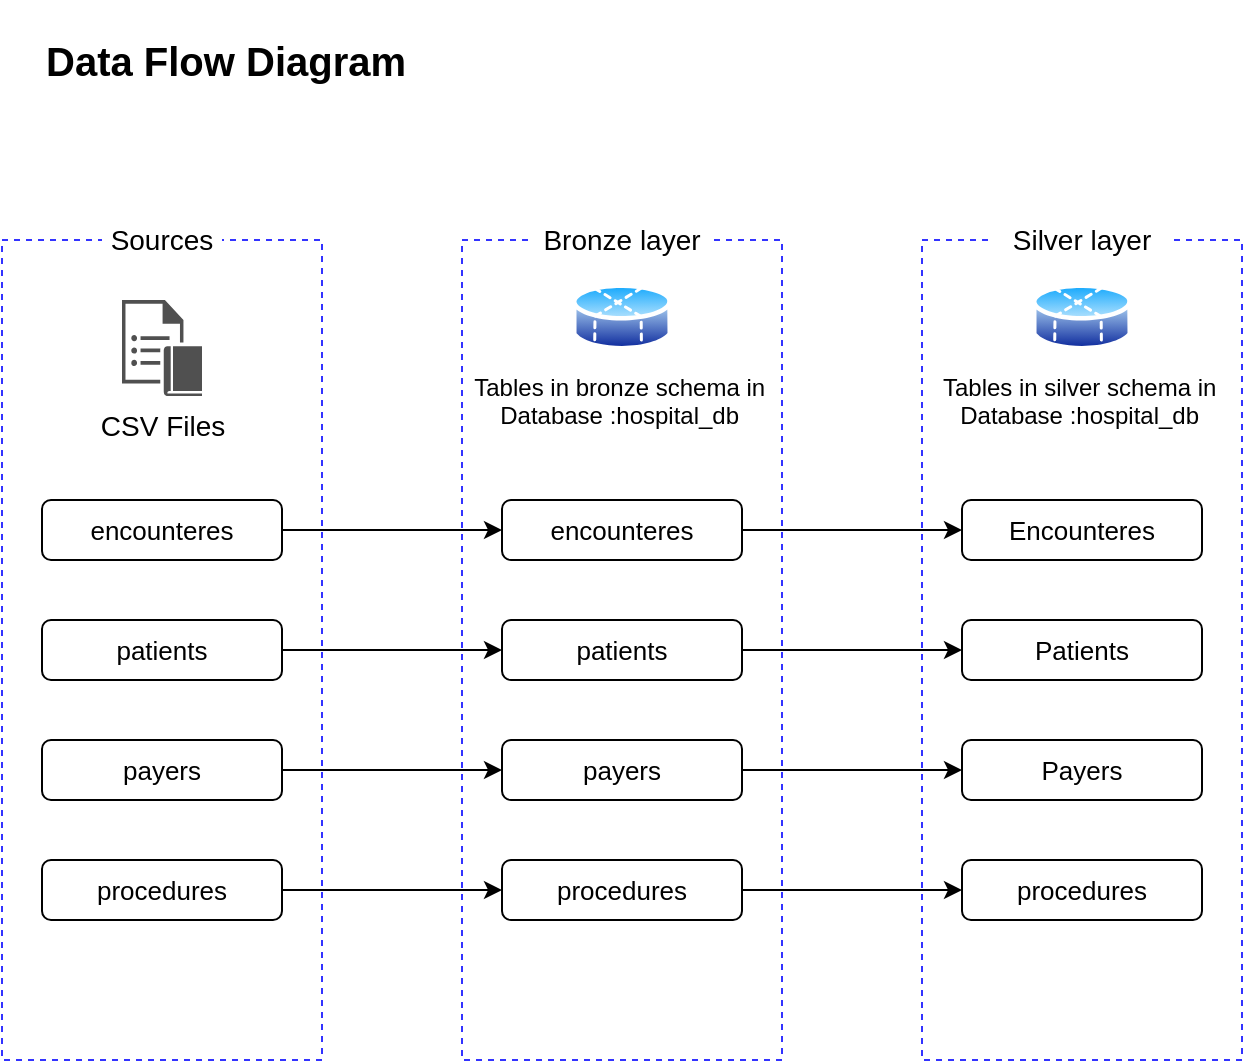
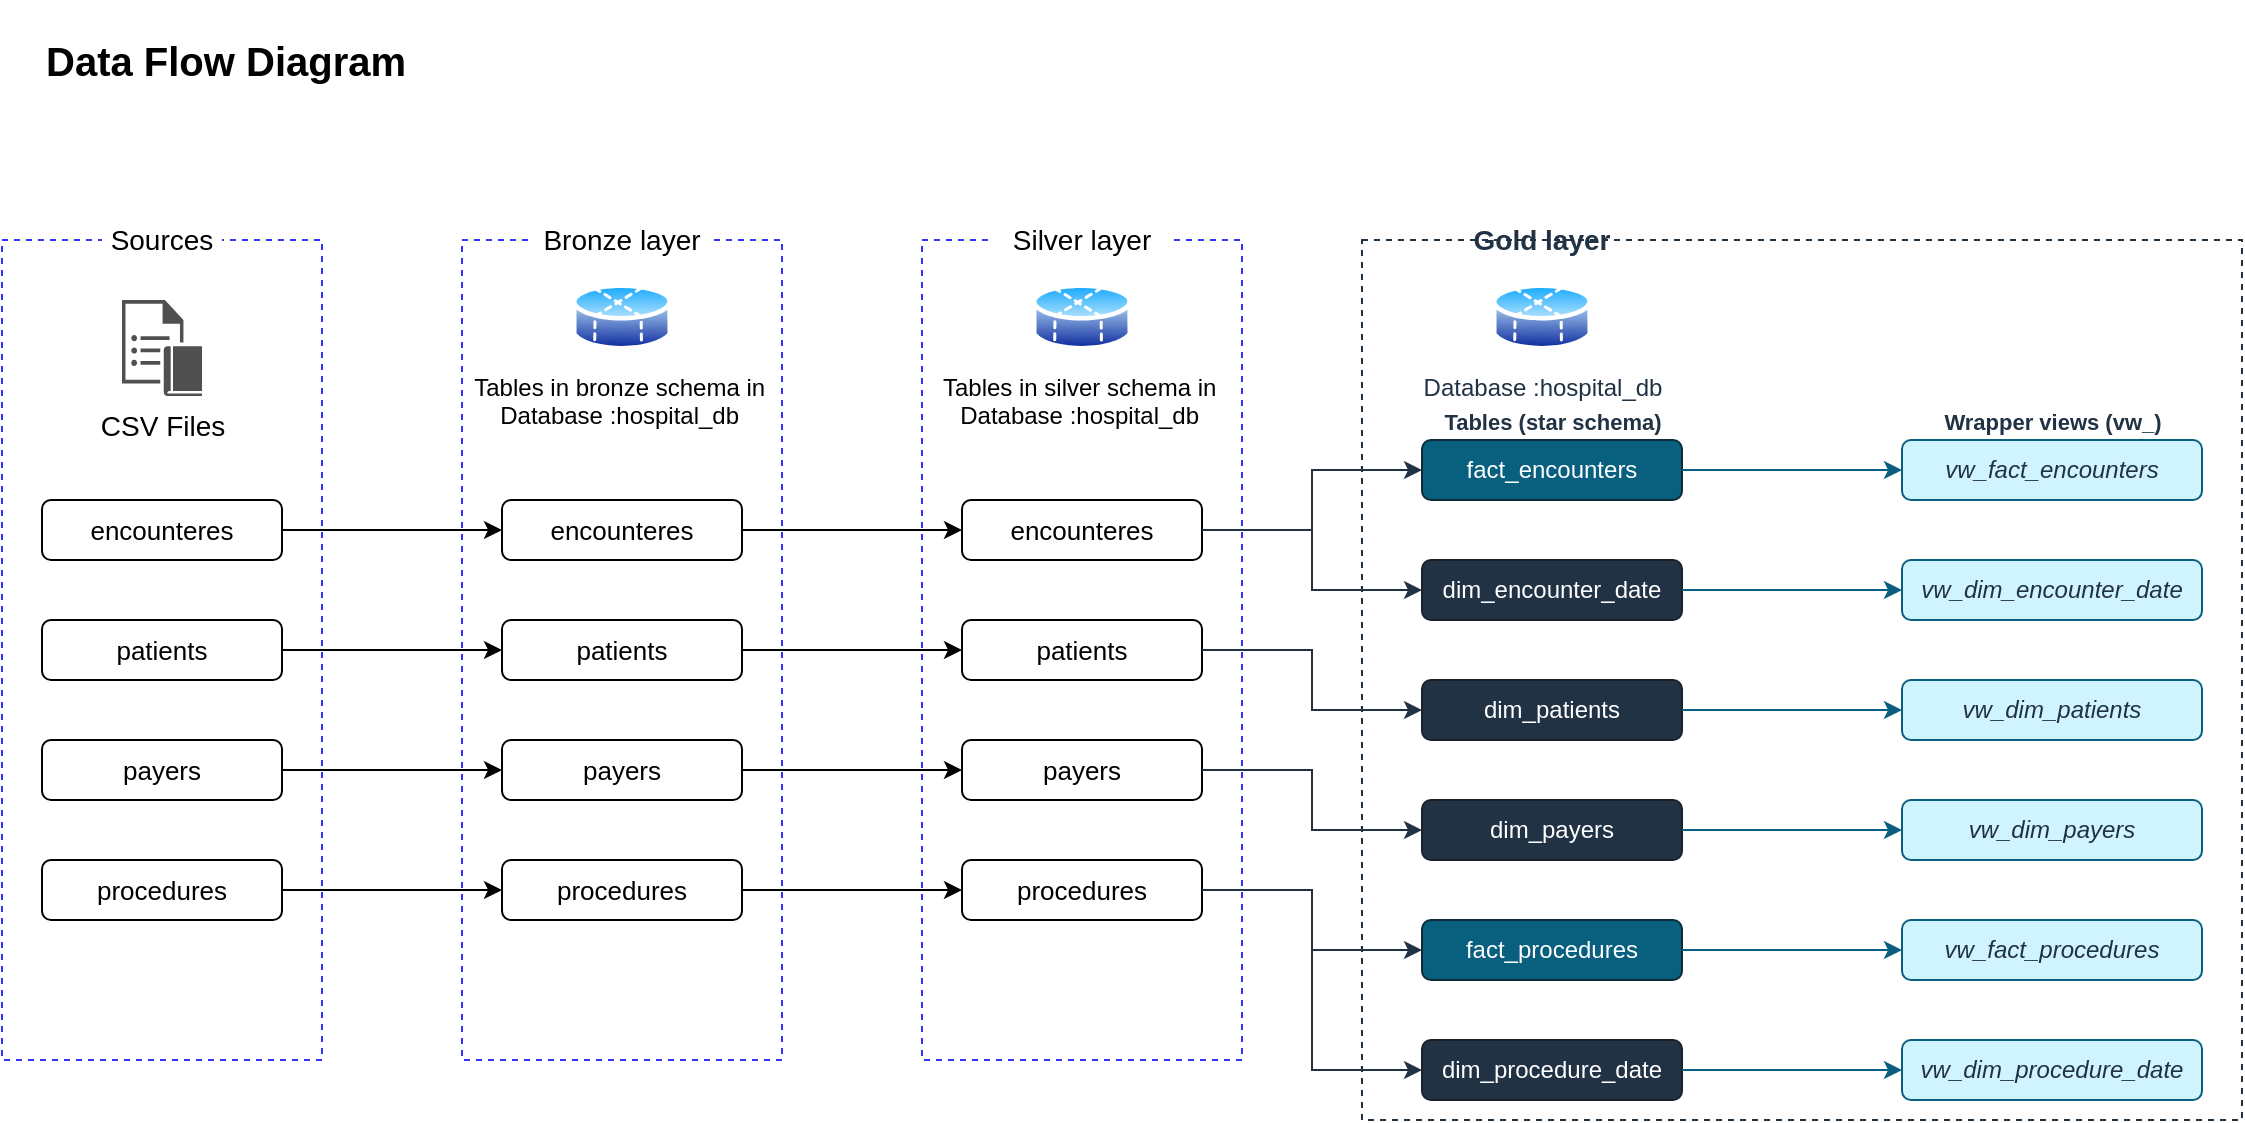
- <mxfile host="Electron">
+ <mxfile host="app.diagrams.net">
  <diagram name="Page-1" id="7KRifTNmhfS79vcvGe9k">
-     <mxGraphModel dx="1176" dy="696" grid="1" gridSize="10" guides="1" tooltips="1" connect="1" arrows="1" fold="1" page="1" pageScale="1" pageWidth="850" pageHeight="1100" math="0" shadow="0">
+     <mxGraphModel dx="1176" dy="696" grid="1" gridSize="10" guides="1" tooltips="1" connect="1" arrows="1" fold="1" page="1" pageScale="1" pageWidth="1250" pageHeight="1100" math="0" shadow="0">
      <root>
        <mxCell id="0" />
        <mxCell id="1" parent="0" />
        <mxCell id="1mUyeEgf9nEu3bWgY-zx-3" parent="1" style="rounded=0;whiteSpace=wrap;html=1;fillColor=default;dashed=1;strokeColor=#3333FF;align=left;" value="&lt;blockquote style=&quot;margin: 0px 0px 0px 40px; border: none; padding: 0px; line-height: 150%;&quot;&gt;&lt;br&gt;&lt;/blockquote&gt;" vertex="1">
          <mxGeometry height="410" width="160" x="480" y="230" as="geometry" />
        </mxCell>
        <mxCell id="sMrIIVQ76radw1M1d-wC-12" parent="1" style="rounded=0;whiteSpace=wrap;html=1;fillColor=default;dashed=1;strokeColor=#3333FF;align=left;" value="&lt;blockquote style=&quot;margin: 0px 0px 0px 40px; border: none; padding: 0px; line-height: 150%;&quot;&gt;&lt;br&gt;&lt;/blockquote&gt;" vertex="1">
          <mxGeometry height="410" width="160" x="250" y="230" as="geometry" />
        </mxCell>
        <mxCell id="sMrIIVQ76radw1M1d-wC-1" parent="1" style="rounded=0;whiteSpace=wrap;html=1;fillColor=none;strokeColor=none;align=left;" value="&lt;b&gt;&lt;font style=&quot;font-size: 20px;&quot;&gt;Data Flow Diagram&lt;/font&gt;&lt;/b&gt;" vertex="1">
          <mxGeometry height="60" width="280" x="40" y="110" as="geometry" />
        </mxCell>
        <mxCell id="sMrIIVQ76radw1M1d-wC-2" parent="1" style="rounded=0;whiteSpace=wrap;html=1;fillColor=default;dashed=1;strokeColor=#3333FF;align=left;" value="&lt;blockquote style=&quot;margin: 0px 0px 0px 40px; border: none; padding: 0px; line-height: 150%;&quot;&gt;&lt;br&gt;&lt;/blockquote&gt;" vertex="1">
          <mxGeometry height="410" width="160" x="20" y="230" as="geometry" />
        </mxCell>
        <mxCell id="sMrIIVQ76radw1M1d-wC-3" parent="1" style="sketch=0;pointerEvents=1;shadow=0;dashed=0;html=1;strokeColor=none;fillColor=#505050;labelPosition=center;verticalLabelPosition=bottom;verticalAlign=top;outlineConnect=0;align=center;shape=mxgraph.office.communications.journaling_rule;fontSize=14;" value="CSV Files" vertex="1">
          <mxGeometry height="48" width="40" x="80" y="260" as="geometry" />
        </mxCell>
        <mxCell id="sMrIIVQ76radw1M1d-wC-4" parent="1" style="rounded=1;whiteSpace=wrap;html=1;fillColor=default;strokeColor=none;" value="&lt;font style=&quot;font-size: 14px;&quot;&gt;Sources&lt;/font&gt;" vertex="1">
          <mxGeometry height="40" width="60" x="70" y="210" as="geometry" />
        </mxCell>
        <mxCell id="sMrIIVQ76radw1M1d-wC-21" edge="1" parent="1" source="sMrIIVQ76radw1M1d-wC-5" style="edgeStyle=orthogonalEdgeStyle;rounded=0;orthogonalLoop=1;jettySize=auto;html=1;entryX=0;entryY=0.5;entryDx=0;entryDy=0;" target="sMrIIVQ76radw1M1d-wC-16">
          <mxGeometry relative="1" as="geometry" />
        </mxCell>
        <mxCell id="sMrIIVQ76radw1M1d-wC-5" parent="1" style="rounded=1;whiteSpace=wrap;html=1;align=center;" value="&lt;div&gt;&lt;span style=&quot;font-size: 13px;&quot;&gt;patients&lt;/span&gt;&lt;/div&gt;" vertex="1">
          <mxGeometry height="30" width="120" x="40" y="420" as="geometry" />
        </mxCell>
        <mxCell id="sMrIIVQ76radw1M1d-wC-23" edge="1" parent="1" source="sMrIIVQ76radw1M1d-wC-7" style="edgeStyle=orthogonalEdgeStyle;rounded=0;orthogonalLoop=1;jettySize=auto;html=1;" target="sMrIIVQ76radw1M1d-wC-18">
          <mxGeometry relative="1" as="geometry" />
        </mxCell>
        <mxCell id="sMrIIVQ76radw1M1d-wC-7" parent="1" style="rounded=1;whiteSpace=wrap;html=1;align=center;" value="&lt;div&gt;&lt;span style=&quot;font-size: 13px; text-align: left;&quot;&gt;procedures&lt;/span&gt;&lt;/div&gt;" vertex="1">
          <mxGeometry height="30" width="120" x="40" y="540" as="geometry" />
        </mxCell>
        <mxCell id="sMrIIVQ76radw1M1d-wC-22" edge="1" parent="1" source="sMrIIVQ76radw1M1d-wC-8" style="edgeStyle=orthogonalEdgeStyle;rounded=0;orthogonalLoop=1;jettySize=auto;html=1;" target="sMrIIVQ76radw1M1d-wC-17">
          <mxGeometry relative="1" as="geometry" />
        </mxCell>
        <mxCell id="sMrIIVQ76radw1M1d-wC-8" parent="1" style="rounded=1;whiteSpace=wrap;html=1;align=center;" value="&lt;div&gt;&lt;span style=&quot;font-size: 13px; text-align: left;&quot;&gt;payers&lt;/span&gt;&lt;br style=&quot;font-size: 13px; text-align: left;&quot;&gt;&lt;/div&gt;" vertex="1">
          <mxGeometry height="30" width="120" x="40" y="480" as="geometry" />
        </mxCell>
        <mxCell id="sMrIIVQ76radw1M1d-wC-20" edge="1" parent="1" source="sMrIIVQ76radw1M1d-wC-9" style="edgeStyle=orthogonalEdgeStyle;rounded=0;orthogonalLoop=1;jettySize=auto;html=1;entryX=0;entryY=0.5;entryDx=0;entryDy=0;" target="sMrIIVQ76radw1M1d-wC-15">
          <mxGeometry relative="1" as="geometry" />
        </mxCell>
        <mxCell id="sMrIIVQ76radw1M1d-wC-9" parent="1" style="rounded=1;whiteSpace=wrap;html=1;align=center;" value="&lt;span style=&quot;background-color: light-dark(#ffffff, var(--ge-dark-color, #121212));&quot;&gt;&lt;br&gt;&lt;span style=&quot;color: rgb(0, 0, 0); font-family: Helvetica; font-size: 13px; font-style: normal; font-variant-ligatures: normal; font-variant-caps: normal; font-weight: 400; letter-spacing: normal; orphans: 2; text-indent: 0px; text-transform: none; widows: 2; word-spacing: 0px; -webkit-text-stroke-width: 0px; white-space: normal; text-decoration-thickness: initial; text-decoration-style: initial; text-decoration-color: initial; float: none; display: inline !important;&quot;&gt;encounteres&lt;/span&gt;&lt;/span&gt;&lt;div&gt;&lt;br&gt;&lt;/div&gt;" vertex="1">
          <mxGeometry height="30" width="120" x="40" y="360" as="geometry" />
        </mxCell>
        <mxCell id="sMrIIVQ76radw1M1d-wC-13" parent="1" style="rounded=1;whiteSpace=wrap;html=1;fillColor=default;strokeColor=none;" value="&lt;font style=&quot;font-size: 14px;&quot;&gt;Bronze layer&lt;/font&gt;" vertex="1">
          <mxGeometry height="40" width="90" x="285" y="210" as="geometry" />
        </mxCell>
        <mxCell id="sMrIIVQ76radw1M1d-wC-14" parent="1" style="image;aspect=fixed;perimeter=ellipsePerimeter;html=1;align=center;shadow=0;dashed=0;spacingTop=3;image=img/lib/active_directory/database_partition_4.svg;" value="Tables in bronze schema in&amp;nbsp;&lt;div&gt;Database :hospital_db&amp;nbsp;&lt;/div&gt;" vertex="1">
          <mxGeometry height="37" width="50" x="305" y="250" as="geometry" />
        </mxCell>
        <mxCell id="1mUyeEgf9nEu3bWgY-zx-13" edge="1" parent="1" source="sMrIIVQ76radw1M1d-wC-15" style="edgeStyle=orthogonalEdgeStyle;rounded=0;orthogonalLoop=1;jettySize=auto;html=1;" target="1mUyeEgf9nEu3bWgY-zx-7">
          <mxGeometry relative="1" as="geometry" />
        </mxCell>
        <mxCell id="sMrIIVQ76radw1M1d-wC-15" parent="1" style="rounded=1;whiteSpace=wrap;html=1;align=center;" value="&lt;span style=&quot;background-color: light-dark(#ffffff, var(--ge-dark-color, #121212));&quot;&gt;&lt;br&gt;&lt;span style=&quot;color: rgb(0, 0, 0); font-family: Helvetica; font-size: 13px; font-style: normal; font-variant-ligatures: normal; font-variant-caps: normal; font-weight: 400; letter-spacing: normal; orphans: 2; text-indent: 0px; text-transform: none; widows: 2; word-spacing: 0px; -webkit-text-stroke-width: 0px; white-space: normal; text-decoration-thickness: initial; text-decoration-style: initial; text-decoration-color: initial; float: none; display: inline !important;&quot;&gt;encounteres&lt;/span&gt;&lt;/span&gt;&lt;div&gt;&lt;br&gt;&lt;/div&gt;" vertex="1">
          <mxGeometry height="30" width="120" x="270" y="360" as="geometry" />
        </mxCell>
        <mxCell id="1mUyeEgf9nEu3bWgY-zx-14" edge="1" parent="1" source="sMrIIVQ76radw1M1d-wC-16" style="edgeStyle=orthogonalEdgeStyle;rounded=0;orthogonalLoop=1;jettySize=auto;html=1;" target="1mUyeEgf9nEu3bWgY-zx-8" value="">
          <mxGeometry relative="1" as="geometry" />
        </mxCell>
        <mxCell id="sMrIIVQ76radw1M1d-wC-16" parent="1" style="rounded=1;whiteSpace=wrap;html=1;align=center;" value="&lt;div&gt;&lt;span style=&quot;font-size: 13px;&quot;&gt;patients&lt;/span&gt;&lt;/div&gt;" vertex="1">
          <mxGeometry height="30" width="120" x="270" y="420" as="geometry" />
        </mxCell>
        <mxCell id="1mUyeEgf9nEu3bWgY-zx-15" edge="1" parent="1" source="sMrIIVQ76radw1M1d-wC-17" style="edgeStyle=orthogonalEdgeStyle;rounded=0;orthogonalLoop=1;jettySize=auto;html=1;" target="1mUyeEgf9nEu3bWgY-zx-9">
          <mxGeometry relative="1" as="geometry" />
        </mxCell>
        <mxCell id="sMrIIVQ76radw1M1d-wC-17" parent="1" style="rounded=1;whiteSpace=wrap;html=1;align=center;" value="&lt;div&gt;&lt;span style=&quot;font-size: 13px; text-align: left;&quot;&gt;payers&lt;/span&gt;&lt;br style=&quot;font-size: 13px; text-align: left;&quot;&gt;&lt;/div&gt;" vertex="1">
          <mxGeometry height="30" width="120" x="270" y="480" as="geometry" />
        </mxCell>
        <mxCell id="1mUyeEgf9nEu3bWgY-zx-16" edge="1" parent="1" source="sMrIIVQ76radw1M1d-wC-18" style="edgeStyle=orthogonalEdgeStyle;rounded=0;orthogonalLoop=1;jettySize=auto;html=1;" target="1mUyeEgf9nEu3bWgY-zx-10">
          <mxGeometry relative="1" as="geometry" />
        </mxCell>
        <mxCell id="sMrIIVQ76radw1M1d-wC-18" parent="1" style="rounded=1;whiteSpace=wrap;html=1;align=center;" value="&lt;div&gt;&lt;span style=&quot;font-size: 13px; text-align: left;&quot;&gt;procedures&lt;/span&gt;&lt;/div&gt;" vertex="1">
          <mxGeometry height="30" width="120" x="270" y="540" as="geometry" />
        </mxCell>
        <mxCell id="1mUyeEgf9nEu3bWgY-zx-4" parent="1" style="rounded=1;whiteSpace=wrap;html=1;fillColor=default;strokeColor=none;" value="&lt;font style=&quot;font-size: 14px;&quot;&gt;Silver layer&lt;/font&gt;" vertex="1">
          <mxGeometry height="40" width="90" x="515" y="210" as="geometry" />
        </mxCell>
        <mxCell id="1mUyeEgf9nEu3bWgY-zx-5" parent="1" style="image;aspect=fixed;perimeter=ellipsePerimeter;html=1;align=center;shadow=0;dashed=0;spacingTop=3;image=img/lib/active_directory/database_partition_4.svg;" value="Tables in silver schema in&amp;nbsp;&lt;div&gt;Database :hospital_db&amp;nbsp;&lt;/div&gt;" vertex="1">
          <mxGeometry height="37" width="50" x="535" y="250" as="geometry" />
        </mxCell>
-         <mxCell id="1mUyeEgf9nEu3bWgY-zx-7" parent="1" style="rounded=1;whiteSpace=wrap;html=1;align=center;" value="&lt;span style=&quot;background-color: light-dark(#ffffff, var(--ge-dark-color, #121212));&quot;&gt;&lt;br&gt;&lt;span style=&quot;color: rgb(0, 0, 0); font-family: Helvetica; font-size: 13px; font-style: normal; font-variant-ligatures: normal; font-variant-caps: normal; font-weight: 400; letter-spacing: normal; orphans: 2; text-indent: 0px; text-transform: none; widows: 2; word-spacing: 0px; -webkit-text-stroke-width: 0px; white-space: normal; text-decoration-thickness: initial; text-decoration-style: initial; text-decoration-color: initial; float: none; display: inline !important;&quot;&gt;Encounteres&lt;/span&gt;&lt;/span&gt;&lt;div&gt;&lt;br&gt;&lt;/div&gt;" vertex="1">
+         <mxCell id="1mUyeEgf9nEu3bWgY-zx-7" parent="1" style="rounded=1;whiteSpace=wrap;html=1;align=center;" value="&lt;span style=&quot;background-color: light-dark(#ffffff, var(--ge-dark-color, #121212));&quot;&gt;&lt;br&gt;&lt;span style=&quot;color: rgb(0, 0, 0); font-family: Helvetica; font-size: 13px; font-style: normal; font-variant-ligatures: normal; font-variant-caps: normal; font-weight: 400; letter-spacing: normal; orphans: 2; text-indent: 0px; text-transform: none; widows: 2; word-spacing: 0px; -webkit-text-stroke-width: 0px; white-space: normal; text-decoration-thickness: initial; text-decoration-style: initial; text-decoration-color: initial; float: none; display: inline !important;&quot;&gt;encounteres&lt;/span&gt;&lt;/span&gt;&lt;div&gt;&lt;br&gt;&lt;/div&gt;" vertex="1">
          <mxGeometry height="30" width="120" x="500" y="360" as="geometry" />
        </mxCell>
-         <mxCell id="1mUyeEgf9nEu3bWgY-zx-8" parent="1" style="rounded=1;whiteSpace=wrap;html=1;align=center;" value="&lt;div&gt;&lt;span style=&quot;font-size: 13px;&quot;&gt;Patients&lt;/span&gt;&lt;/div&gt;" vertex="1">
+         <mxCell id="1mUyeEgf9nEu3bWgY-zx-8" parent="1" style="rounded=1;whiteSpace=wrap;html=1;align=center;" value="&lt;div&gt;&lt;span style=&quot;font-size: 13px;&quot;&gt;patients&lt;/span&gt;&lt;/div&gt;" vertex="1">
          <mxGeometry height="30" width="120" x="500" y="420" as="geometry" />
        </mxCell>
-         <mxCell id="1mUyeEgf9nEu3bWgY-zx-9" parent="1" style="rounded=1;whiteSpace=wrap;html=1;align=center;" value="&lt;div&gt;&lt;span style=&quot;font-size: 13px; text-align: left;&quot;&gt;Payers&lt;/span&gt;&lt;br style=&quot;font-size: 13px; text-align: left;&quot;&gt;&lt;/div&gt;" vertex="1">
+         <mxCell id="1mUyeEgf9nEu3bWgY-zx-9" parent="1" style="rounded=1;whiteSpace=wrap;html=1;align=center;" value="&lt;div&gt;&lt;span style=&quot;font-size: 13px; text-align: left;&quot;&gt;payers&lt;/span&gt;&lt;br style=&quot;font-size: 13px; text-align: left;&quot;&gt;&lt;/div&gt;" vertex="1">
          <mxGeometry height="30" width="120" x="500" y="480" as="geometry" />
        </mxCell>
        <mxCell id="1mUyeEgf9nEu3bWgY-zx-10" parent="1" style="rounded=1;whiteSpace=wrap;html=1;align=center;" value="&lt;div&gt;&lt;span style=&quot;font-size: 13px; text-align: left;&quot;&gt;procedures&lt;/span&gt;&lt;/div&gt;" vertex="1">
          <mxGeometry height="30" width="120" x="500" y="540" as="geometry" />
        </mxCell>
+         <mxCell id="g_container" parent="1" style="rounded=0;whiteSpace=wrap;html=1;fillColor=none;dashed=1;strokeColor=#213245;" value="" vertex="1">
+           <mxGeometry height="440" width="440" x="700" y="230" as="geometry" />
+         </mxCell>
+         <mxCell id="g_label" parent="1" style="rounded=1;whiteSpace=wrap;html=1;fillColor=none;strokeColor=none;fontColor=#213245;fontStyle=1;" value="&lt;font style=&quot;font-size: 14px;&quot;&gt;Gold layer&lt;/font&gt;" vertex="1">
+           <mxGeometry height="40" width="90" x="745" y="210" as="geometry" />
+         </mxCell>
+         <mxCell id="g_icon" parent="1" style="image;aspect=fixed;perimeter=ellipsePerimeter;html=1;align=center;shadow=0;dashed=0;spacingTop=3;image=img/lib/active_directory/database_partition_4.svg;fontColor=#213245;" value="Database :hospital_db" vertex="1">
+           <mxGeometry height="37" width="50" x="765" y="250" as="geometry" />
+         </mxCell>
+         <mxCell id="g_hdr_t" parent="1" style="text;html=1;align=center;fontColor=#213245;fontStyle=1;fontSize=11;" value="Tables (star schema)" vertex="1">
+           <mxGeometry height="20" width="130" x="730" y="308" as="geometry" />
+         </mxCell>
+         <mxCell id="g_hdr_v" parent="1" style="text;html=1;align=center;fontColor=#213245;fontStyle=1;fontSize=11;" value="Wrapper views (vw_)" vertex="1">
+           <mxGeometry height="20" width="150" x="970" y="308" as="geometry" />
+         </mxCell>
+         <mxCell id="g_fact_enc" parent="1" style="rounded=1;whiteSpace=wrap;html=1;align=center;fillColor=#095f7e;strokeColor=#0d2b39;fontColor=#ffffff;fontSize=12;" value="fact_encounters" vertex="1">
+           <mxGeometry height="30" width="130" x="730" y="330" as="geometry" />
+         </mxCell>
+         <mxCell id="vw_g_fact_enc" parent="1" style="rounded=1;whiteSpace=wrap;html=1;align=center;fillColor=#d0f4fe;strokeColor=#095f7e;fontColor=#213245;fontSize=12;fontStyle=2;" value="vw_fact_encounters" vertex="1">
+           <mxGeometry height="30" width="150" x="970" y="330" as="geometry" />
+         </mxCell>
+         <mxCell id="g_dim_encdate" parent="1" style="rounded=1;whiteSpace=wrap;html=1;align=center;fillColor=#213245;strokeColor=#19202a;fontColor=#ffffff;fontSize=12;" value="dim_encounter_date" vertex="1">
+           <mxGeometry height="30" width="130" x="730" y="390" as="geometry" />
+         </mxCell>
+         <mxCell id="vw_g_dim_encdate" parent="1" style="rounded=1;whiteSpace=wrap;html=1;align=center;fillColor=#d0f4fe;strokeColor=#095f7e;fontColor=#213245;fontSize=12;fontStyle=2;" value="vw_dim_encounter_date" vertex="1">
+           <mxGeometry height="30" width="150" x="970" y="390" as="geometry" />
+         </mxCell>
+         <mxCell id="g_dim_pat" parent="1" style="rounded=1;whiteSpace=wrap;html=1;align=center;fillColor=#213245;strokeColor=#19202a;fontColor=#ffffff;fontSize=12;" value="dim_patients" vertex="1">
+           <mxGeometry height="30" width="130" x="730" y="450" as="geometry" />
+         </mxCell>
+         <mxCell id="vw_g_dim_pat" parent="1" style="rounded=1;whiteSpace=wrap;html=1;align=center;fillColor=#d0f4fe;strokeColor=#095f7e;fontColor=#213245;fontSize=12;fontStyle=2;" value="vw_dim_patients" vertex="1">
+           <mxGeometry height="30" width="150" x="970" y="450" as="geometry" />
+         </mxCell>
+         <mxCell id="g_dim_pay" parent="1" style="rounded=1;whiteSpace=wrap;html=1;align=center;fillColor=#213245;strokeColor=#19202a;fontColor=#ffffff;fontSize=12;" value="dim_payers" vertex="1">
+           <mxGeometry height="30" width="130" x="730" y="510" as="geometry" />
+         </mxCell>
+         <mxCell id="vw_g_dim_pay" parent="1" style="rounded=1;whiteSpace=wrap;html=1;align=center;fillColor=#d0f4fe;strokeColor=#095f7e;fontColor=#213245;fontSize=12;fontStyle=2;" value="vw_dim_payers" vertex="1">
+           <mxGeometry height="30" width="150" x="970" y="510" as="geometry" />
+         </mxCell>
+         <mxCell id="g_fact_proc" parent="1" style="rounded=1;whiteSpace=wrap;html=1;align=center;fillColor=#095f7e;strokeColor=#0d2b39;fontColor=#ffffff;fontSize=12;" value="fact_procedures" vertex="1">
+           <mxGeometry height="30" width="130" x="730" y="570" as="geometry" />
+         </mxCell>
+         <mxCell id="vw_g_fact_proc" parent="1" style="rounded=1;whiteSpace=wrap;html=1;align=center;fillColor=#d0f4fe;strokeColor=#095f7e;fontColor=#213245;fontSize=12;fontStyle=2;" value="vw_fact_procedures" vertex="1">
+           <mxGeometry height="30" width="150" x="970" y="570" as="geometry" />
+         </mxCell>
+         <mxCell id="g_dim_prcdate" parent="1" style="rounded=1;whiteSpace=wrap;html=1;align=center;fillColor=#213245;strokeColor=#19202a;fontColor=#ffffff;fontSize=12;" value="dim_procedure_date" vertex="1">
+           <mxGeometry height="30" width="130" x="730" y="630" as="geometry" />
+         </mxCell>
+         <mxCell id="vw_g_dim_prcdate" parent="1" style="rounded=1;whiteSpace=wrap;html=1;align=center;fillColor=#d0f4fe;strokeColor=#095f7e;fontColor=#213245;fontSize=12;fontStyle=2;" value="vw_dim_procedure_date" vertex="1">
+           <mxGeometry height="30" width="150" x="970" y="630" as="geometry" />
+         </mxCell>
+         <mxCell id="e_g_fact_enc" parent="1" edge="1" source="1mUyeEgf9nEu3bWgY-zx-7" target="g_fact_enc" style="edgeStyle=orthogonalEdgeStyle;rounded=0;orthogonalLoop=1;jettySize=auto;html=1;strokeColor=#213245;entryX=0;entryY=0.5;entryDx=0;entryDy=0;">
+           <mxGeometry relative="1" as="geometry" />
+         </mxCell>
+         <mxCell id="e_vw_g_fact_enc" parent="1" edge="1" source="g_fact_enc" target="vw_g_fact_enc" style="edgeStyle=orthogonalEdgeStyle;rounded=0;orthogonalLoop=1;jettySize=auto;html=1;strokeColor=#095f7e;exitX=1;exitY=0.5;exitDx=0;exitDy=0;entryX=0;entryY=0.5;entryDx=0;entryDy=0;">
+           <mxGeometry relative="1" as="geometry" />
+         </mxCell>
+         <mxCell id="e_g_dim_encdate" parent="1" edge="1" source="1mUyeEgf9nEu3bWgY-zx-7" target="g_dim_encdate" style="edgeStyle=orthogonalEdgeStyle;rounded=0;orthogonalLoop=1;jettySize=auto;html=1;strokeColor=#213245;entryX=0;entryY=0.5;entryDx=0;entryDy=0;">
+           <mxGeometry relative="1" as="geometry" />
+         </mxCell>
+         <mxCell id="e_vw_g_dim_encdate" parent="1" edge="1" source="g_dim_encdate" target="vw_g_dim_encdate" style="edgeStyle=orthogonalEdgeStyle;rounded=0;orthogonalLoop=1;jettySize=auto;html=1;strokeColor=#095f7e;exitX=1;exitY=0.5;exitDx=0;exitDy=0;entryX=0;entryY=0.5;entryDx=0;entryDy=0;">
+           <mxGeometry relative="1" as="geometry" />
+         </mxCell>
+         <mxCell id="e_g_dim_pat" parent="1" edge="1" source="1mUyeEgf9nEu3bWgY-zx-8" target="g_dim_pat" style="edgeStyle=orthogonalEdgeStyle;rounded=0;orthogonalLoop=1;jettySize=auto;html=1;strokeColor=#213245;entryX=0;entryY=0.5;entryDx=0;entryDy=0;">
+           <mxGeometry relative="1" as="geometry" />
+         </mxCell>
+         <mxCell id="e_vw_g_dim_pat" parent="1" edge="1" source="g_dim_pat" target="vw_g_dim_pat" style="edgeStyle=orthogonalEdgeStyle;rounded=0;orthogonalLoop=1;jettySize=auto;html=1;strokeColor=#095f7e;exitX=1;exitY=0.5;exitDx=0;exitDy=0;entryX=0;entryY=0.5;entryDx=0;entryDy=0;">
+           <mxGeometry relative="1" as="geometry" />
+         </mxCell>
+         <mxCell id="e_g_dim_pay" parent="1" edge="1" source="1mUyeEgf9nEu3bWgY-zx-9" target="g_dim_pay" style="edgeStyle=orthogonalEdgeStyle;rounded=0;orthogonalLoop=1;jettySize=auto;html=1;strokeColor=#213245;entryX=0;entryY=0.5;entryDx=0;entryDy=0;">
+           <mxGeometry relative="1" as="geometry" />
+         </mxCell>
+         <mxCell id="e_vw_g_dim_pay" parent="1" edge="1" source="g_dim_pay" target="vw_g_dim_pay" style="edgeStyle=orthogonalEdgeStyle;rounded=0;orthogonalLoop=1;jettySize=auto;html=1;strokeColor=#095f7e;exitX=1;exitY=0.5;exitDx=0;exitDy=0;entryX=0;entryY=0.5;entryDx=0;entryDy=0;">
+           <mxGeometry relative="1" as="geometry" />
+         </mxCell>
+         <mxCell id="e_g_fact_proc" parent="1" edge="1" source="1mUyeEgf9nEu3bWgY-zx-10" target="g_fact_proc" style="edgeStyle=orthogonalEdgeStyle;rounded=0;orthogonalLoop=1;jettySize=auto;html=1;strokeColor=#213245;entryX=0;entryY=0.5;entryDx=0;entryDy=0;">
+           <mxGeometry relative="1" as="geometry" />
+         </mxCell>
+         <mxCell id="e_vw_g_fact_proc" parent="1" edge="1" source="g_fact_proc" target="vw_g_fact_proc" style="edgeStyle=orthogonalEdgeStyle;rounded=0;orthogonalLoop=1;jettySize=auto;html=1;strokeColor=#095f7e;exitX=1;exitY=0.5;exitDx=0;exitDy=0;entryX=0;entryY=0.5;entryDx=0;entryDy=0;">
+           <mxGeometry relative="1" as="geometry" />
+         </mxCell>
+         <mxCell id="e_g_dim_prcdate" parent="1" edge="1" source="1mUyeEgf9nEu3bWgY-zx-10" target="g_dim_prcdate" style="edgeStyle=orthogonalEdgeStyle;rounded=0;orthogonalLoop=1;jettySize=auto;html=1;strokeColor=#213245;entryX=0;entryY=0.5;entryDx=0;entryDy=0;">
+           <mxGeometry relative="1" as="geometry" />
+         </mxCell>
+         <mxCell id="e_vw_g_dim_prcdate" parent="1" edge="1" source="g_dim_prcdate" target="vw_g_dim_prcdate" style="edgeStyle=orthogonalEdgeStyle;rounded=0;orthogonalLoop=1;jettySize=auto;html=1;strokeColor=#095f7e;exitX=1;exitY=0.5;exitDx=0;exitDy=0;entryX=0;entryY=0.5;entryDx=0;entryDy=0;">
+           <mxGeometry relative="1" as="geometry" />
+         </mxCell>
      </root>
    </mxGraphModel>
  </diagram>
</mxfile>
